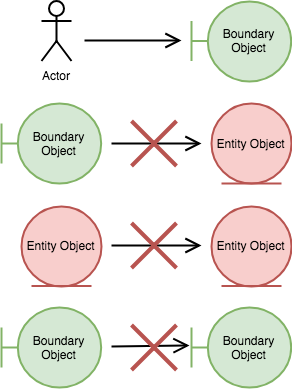
This is assets/img/robustness/robustness-rules.png from s10myk4/scalamatsuri2019-slide, a draw.io export, as it was before one commit. Source tidied: cells renumbered, new cells last; positions are measured from the earlier drawing's top-left corner, leaving out a move shared by most shapes.
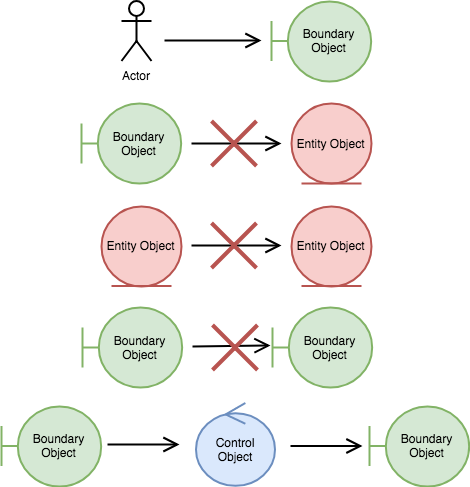
The same file after the commit.

Diff of the diagram source:
```diff
@@ -39,18 +39,18 @@
       <mxGeometry x="210" y="204.5" width="80" height="80" as="geometry" />
     </mxCell>
     <mxCell id="11" value="Boundary Object" style="shape=umlBoundary;whiteSpace=wrap;html=1;labelBackgroundColor=none;strokeColor=#82b366;strokeWidth=2;fillColor=#d5e8d4;" parent="1" vertex="1">
-      <mxGeometry y="306" width="100" height="80" as="geometry" />
+      <mxGeometry x="1" y="306" width="100" height="80" as="geometry" />
     </mxCell>
     <mxCell id="12" value="Boundary Object" style="shape=umlBoundary;whiteSpace=wrap;html=1;labelBackgroundColor=none;strokeColor=#82b366;strokeWidth=2;fillColor=#d5e8d4;" parent="1" vertex="1">
-      <mxGeometry x="190" y="306" width="100" height="80" as="geometry" />
+      <mxGeometry x="191" y="306" width="100" height="80" as="geometry" />
     </mxCell>
     <mxCell id="13" style="endArrow=open;endFill=1;endSize=12;html=1;strokeWidth=2;entryX=-0.02;entryY=0.475;entryDx=0;entryDy=0;entryPerimeter=0;" parent="1" edge="1" target="12">
       <mxGeometry relative="1" as="geometry">
-        <mxPoint x="110" y="345" as="sourcePoint" />
+        <mxPoint x="111" y="345" as="sourcePoint" />
       </mxGeometry>
     </mxCell>
     <mxCell id="14" style="shape=umlDestroy;whiteSpace=wrap;html=1;strokeWidth=4;labelBackgroundColor=none;fillColor=#f8cecc;strokeColor=#b85450;" parent="1" vertex="1">
-      <mxGeometry x="130" y="323.5" width="45" height="45" as="geometry" />
+      <mxGeometry x="131" y="323.5" width="45" height="45" as="geometry" />
     </mxCell>
     <mxCell id="15" value="Entity Object" style="ellipse;shape=umlEntity;whiteSpace=wrap;html=1;labelBackgroundColor=none;strokeColor=#b85450;strokeWidth=2;fillColor=#f8cecc;" parent="1" vertex="1">
       <mxGeometry x="210" y="102" width="80" height="80" as="geometry" />
@@ -58,5 +58,26 @@
     <mxCell id="16" value="Entity Object" style="ellipse;shape=umlEntity;whiteSpace=wrap;html=1;labelBackgroundColor=none;strokeColor=#b85450;strokeWidth=2;fillColor=#f8cecc;" parent="1" vertex="1">
       <mxGeometry x="20" y="204.5" width="80" height="80" as="geometry" />
     </mxCell>
+    <mxCell id="17" value="Boundary Object" style="shape=umlBoundary;whiteSpace=wrap;html=1;labelBackgroundColor=none;strokeColor=#82b366;strokeWidth=2;fillColor=#d5e8d4;" parent="1" vertex="1">
+      <mxGeometry x="-80" y="404.5" width="100" height="80" as="geometry" />
+    </mxCell>
+    <mxCell id="18" style="endArrow=open;endFill=1;endSize=12;html=1;strokeWidth=2;entryX=-0.02;entryY=0.475;entryDx=0;entryDy=0;entryPerimeter=0;" parent="1" edge="1">
+      <mxGeometry relative="1" as="geometry">
+        <mxPoint x="26" y="443" as="sourcePoint" />
+        <mxPoint x="98" y="443" as="targetPoint" />
+      </mxGeometry>
+    </mxCell>
+    <mxCell id="19" value="Boundary Object" style="shape=umlBoundary;whiteSpace=wrap;html=1;labelBackgroundColor=none;strokeColor=#82b366;strokeWidth=2;fillColor=#d5e8d4;" parent="1" vertex="1">
+      <mxGeometry x="288" y="404.5" width="100" height="80" as="geometry" />
+    </mxCell>
+    <mxCell id="20" style="endArrow=open;endFill=1;endSize=12;html=1;strokeWidth=2;entryX=-0.02;entryY=0.475;entryDx=0;entryDy=0;entryPerimeter=0;" parent="1" edge="1">
+      <mxGeometry relative="1" as="geometry">
+        <mxPoint x="209" y="444.5" as="sourcePoint" />
+        <mxPoint x="281" y="444.5" as="targetPoint" />
+      </mxGeometry>
+    </mxCell>
+    <mxCell id="21" value="Control Object" style="ellipse;shape=umlControl;whiteSpace=wrap;html=1;labelBackgroundColor=none;strokeColor=#6c8ebf;strokeWidth=2;fillColor=#dae8fc;" parent="1" vertex="1">
+      <mxGeometry x="114.5" y="401.5" width="79" height="83" as="geometry" />
+    </mxCell>
   </root>
 </mxGraphModel>
```
